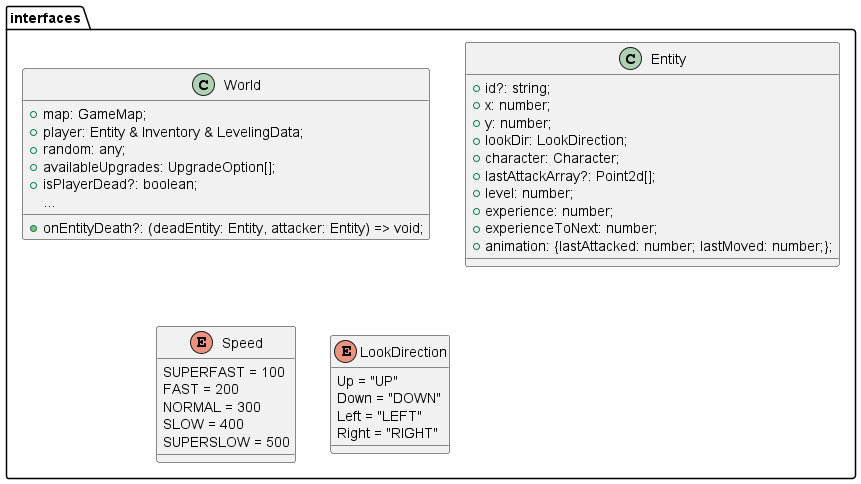
Earlier version of the PlantUML export documentation/classesDiagram/interfaces.png (Leatherlord/booblike).
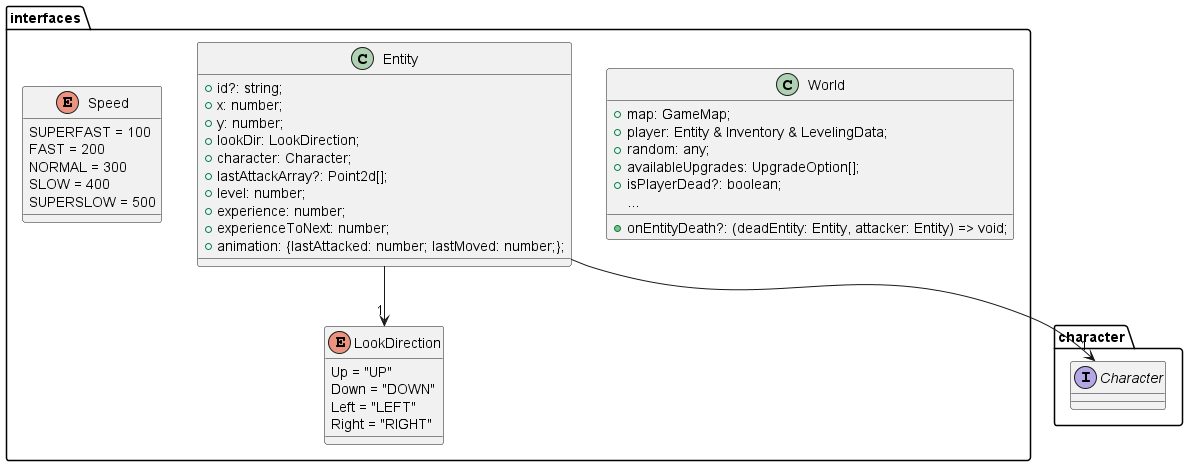
The same diagram one commit later.

Commit message:
few corrections in interfaces + fixed final behaviour diagram being cropped out

The edit, as a diff of the source:
```diff
@@ -1,4 +1,7 @@
 @startuml
+package "character" {
+    interface Character
+}
 package "interfaces" {
     class World {
         +map: GameMap;
@@ -37,5 +40,6 @@
     }
 }
 
-
+Entity--> "1" LookDirection
+Entity--> "1" Character
 @enduml
```
